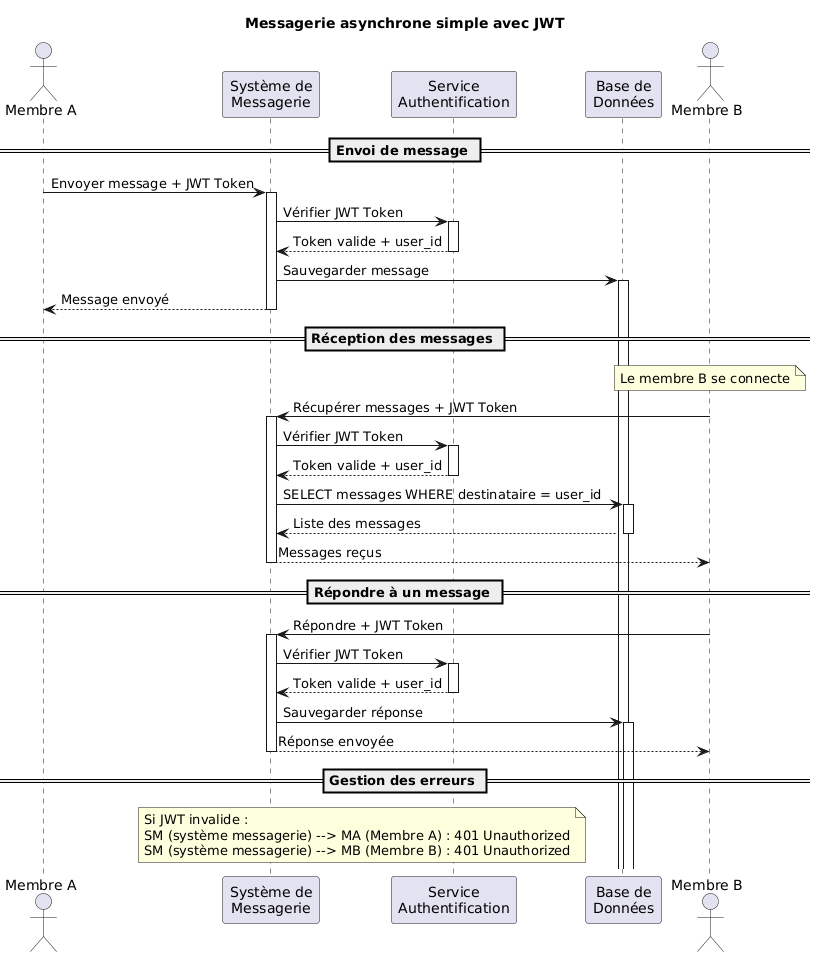
Above: conception/diagrams/sequence_diagram.png in LunaireFlare/orizon (PlantUML), before the change.
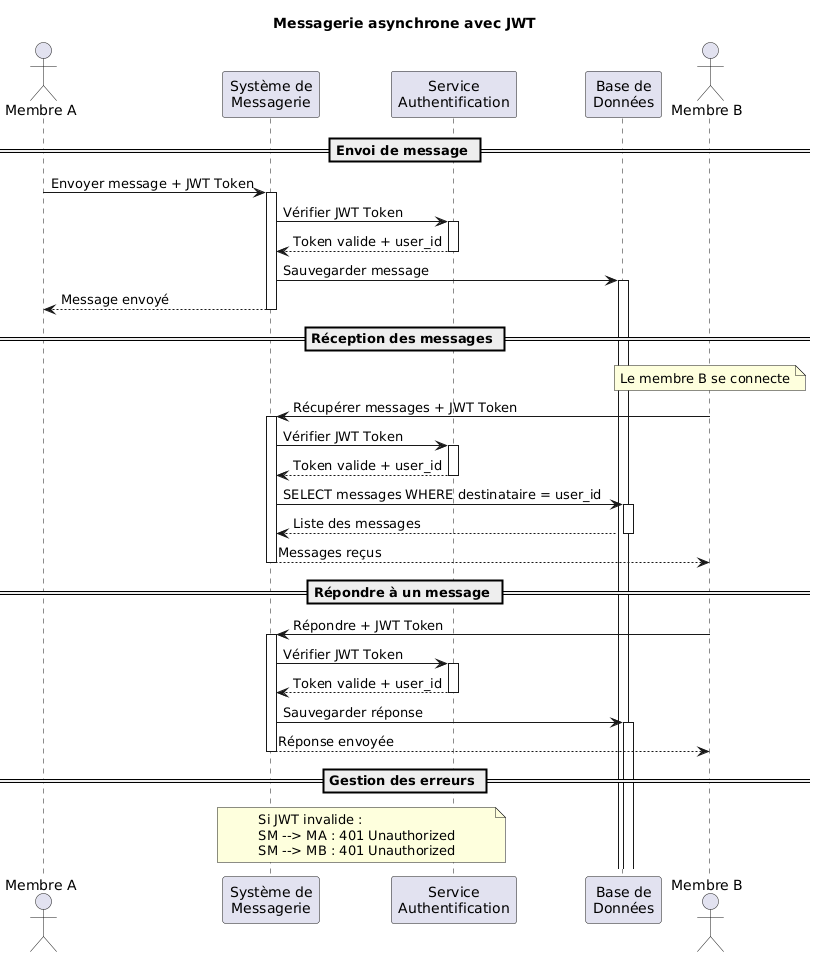
After the commit.

Commit message:
docs . diagram sequence and activity

Change to the diagram source:
```diff
@@ -1,5 +1,5 @@
 @startuml
-title Messagerie asynchrone simple avec JWT
+title Messagerie asynchrone avec JWT
 
 actor "Membre A" as MA
 participant "Système de\nMessagerie" as SM
@@ -50,7 +50,7 @@
 == Gestion des erreurs ==
 note over SM, AUTH
 Si JWT invalide :
-SM (système messagerie) --> MA (Membre A) : 401 Unauthorized
-SM (système messagerie) --> MB (Membre B) : 401 Unauthorized
+SM --> MA : 401 Unauthorized
+SM --> MB : 401 Unauthorized
 end note
 @enduml
```
